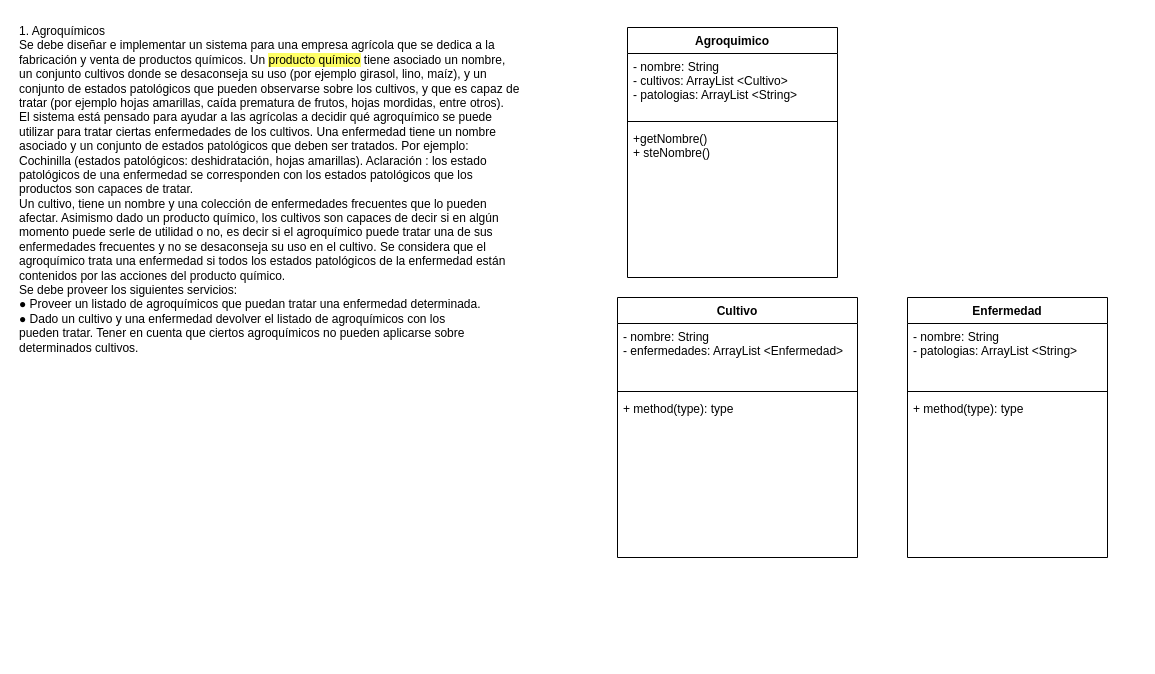
darreceygor/Drawio keeps this draw.io diagram as Prog2(TP7-Ejercicio1).drawio. Above is the earlier version. Source tidied: cells renumbered, new cells numbered last; positions are measured from the earlier drawing's top-left corner, leaving out a move shared by most shapes. Both pictures are drawn from the tidied source at 100%, with x=0, y=0 at pixel (17, 17).
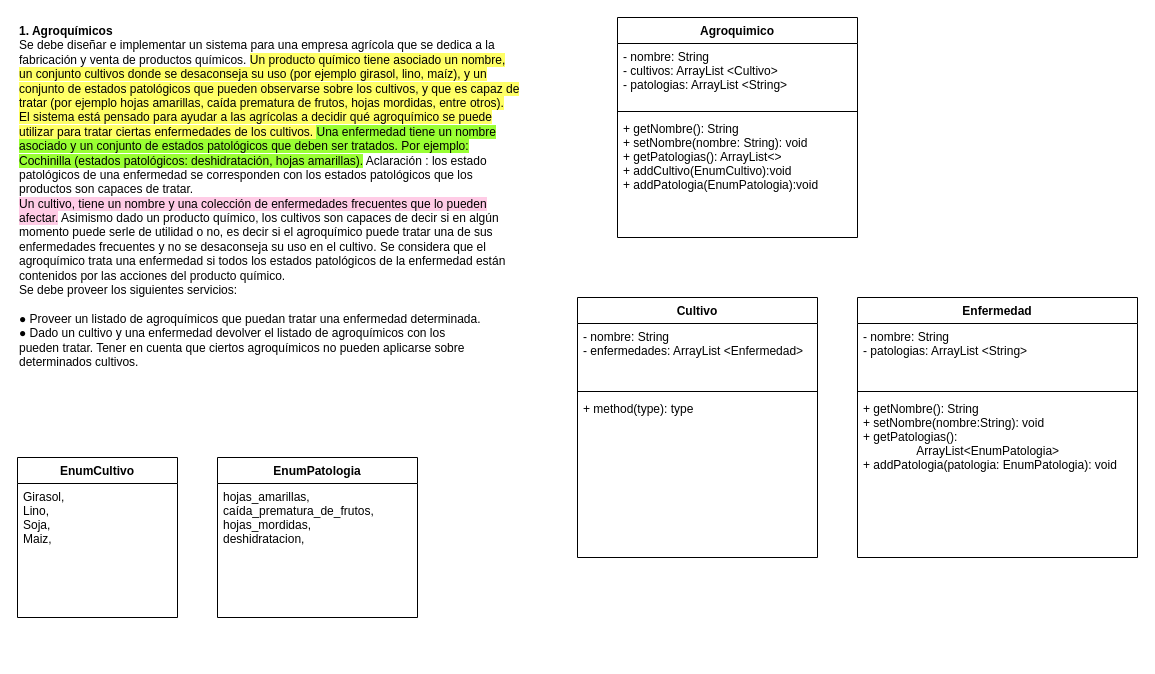
Above is the later version.

Change to the diagram source:
```diff
@@
 <mxGraphModel>
   <root>
     <mxCell id="0" />
     <mxCell id="1" parent="0" />
-    <mxCell id="2" value="1. Agroquímicos&lt;br&gt;Se debe diseñar e implementar un sistema para una empresa agrícola que se dedica a la&lt;br&gt;fabricación y venta de productos químicos. Un &lt;span style=&quot;background-color: rgb(255, 255, 102);&quot;&gt;producto químico&lt;/span&gt; tiene asociado un nombre,&lt;br&gt;un conjunto cultivos donde se desaconseja su uso (por ejemplo girasol, lino, maíz), y un&lt;br&gt;conjunto de estados patológicos que pueden observarse sobre los cultivos, y que es capaz de&lt;br&gt;tratar (por ejemplo hojas amarillas, caída prematura de frutos, hojas mordidas, entre otros).&lt;br&gt;El sistema está pensado para ayudar a las agrícolas a decidir qué agroquímico se puede&lt;br&gt;utilizar para tratar ciertas enfermedades de los cultivos. Una enfermedad tiene un nombre&lt;br&gt;asociado y un conjunto de estados patológicos que deben ser tratados. Por ejemplo:&lt;br&gt;Cochinilla (estados patológicos: deshidratación, hojas amarillas). Aclaración : los estado&lt;br&gt;patológicos de una enfermedad se corresponden con los estados patológicos que los&lt;br&gt;productos son capaces de tratar.&lt;br&gt;Un cultivo, tiene un nombre y una colección de enfermedades frecuentes que lo pueden&lt;br&gt;afectar. Asimismo dado un producto químico, los cultivos son capaces de decir si en algún&lt;br&gt;momento puede serle de utilidad o no, es decir si el agroquímico puede tratar una de sus&lt;br&gt;enfermedades frecuentes y no se desaconseja su uso en el cultivo. Se considera que el&lt;br&gt;agroquímico trata una enfermedad si todos los estados patológicos de la enfermedad están&lt;br&gt;contenidos por las acciones del producto químico.&lt;br&gt;Se debe proveer los siguientes servicios:&lt;br&gt;● Proveer un listado de agroquímicos que puedan tratar una enfermedad determinada.&lt;br&gt;● Dado un cultivo y una enfermedad devolver el listado de agroquímicos con los&lt;br&gt;pueden tratar. Tener en cuenta que ciertos agroquímicos no pueden aplicarse sobre&lt;br&gt;determinados cultivos." style="text;whiteSpace=wrap;html=1;" parent="1" vertex="1">
-      <mxGeometry width="530" height="640" as="geometry" />
+    <mxCell id="2" value="&lt;b&gt;1. Agroquímicos&lt;/b&gt;&lt;br&gt;Se debe diseñar e implementar un sistema para una empresa agrícola que se dedica a la&lt;br&gt;fabricación y venta de productos químicos. &lt;span style=&quot;background-color: rgb(255, 255, 102);&quot;&gt;Un producto químico tiene asociado un nombre,&lt;br&gt;un conjunto cultivos donde se desaconseja su uso (por ejemplo girasol, lino, maíz), y un&lt;br&gt;conjunto de estados patológicos que pueden observarse sobre los cultivos, y que es capaz de&lt;br&gt;tratar (por ejemplo hojas amarillas, caída prematura de frutos, hojas mordidas, entre otros).&lt;br&gt;El sistema está pensado para ayudar a las agrícolas a decidir qué agroquímico se puede&lt;br&gt;utilizar para tratar ciertas enfermedades de los cultivos. &lt;/span&gt;&lt;span style=&quot;background-color: rgb(153, 255, 51);&quot;&gt;Una enfermedad tiene un nombre&lt;br&gt;asociado y un conjunto de estados patológicos que deben ser tratados. Por ejemplo:&lt;br&gt;Cochinilla (estados patológicos: deshidratación, hojas amarillas).&lt;/span&gt; Aclaración : los estado&lt;br&gt;patológicos de una enfermedad se corresponden con los estados patológicos que los&lt;br&gt;productos son capaces de tratar.&lt;br&gt;&lt;span style=&quot;background-color: rgb(255, 204, 230);&quot;&gt;Un cultivo, tiene un nombre y una colección de enfermedades frecuentes que lo pueden&lt;br&gt;afectar.&lt;/span&gt; Asimismo dado un producto químico, los cultivos son capaces de decir si en algún&lt;br&gt;momento puede serle de utilidad o no, es decir si el agroquímico puede tratar una de sus&lt;br&gt;enfermedades frecuentes y no se desaconseja su uso en el cultivo. Se considera que el&lt;br&gt;agroquímico trata una enfermedad si todos los estados patológicos de la enfermedad están&lt;br&gt;contenidos por las acciones del producto químico.&lt;br&gt;Se debe proveer los siguientes servicios:&lt;br&gt;&lt;br&gt;● Proveer un listado de agroquímicos que puedan tratar una enfermedad determinada.&lt;br&gt;● Dado un cultivo y una enfermedad devolver el listado de agroquímicos con los&lt;br&gt;pueden tratar. Tener en cuenta que ciertos agroquímicos no pueden aplicarse sobre&lt;br&gt;determinados cultivos." style="text;whiteSpace=wrap;html=1;" parent="1" vertex="1">
+      <mxGeometry width="530" height="400" as="geometry" />
     </mxCell>
     <mxCell id="3" value="Agroquimico" style="swimlane;fontStyle=1;align=center;verticalAlign=top;horizontal=1;startSize=26;" parent="1" vertex="1">
-      <mxGeometry x="610" y="10" width="210" height="250" as="geometry" />
+      <mxGeometry x="600" width="240" height="220" as="geometry" />
     </mxCell>
     <mxCell id="4" value="- nombre: String&#10;- cultivos: ArrayList &lt;Cultivo&gt;&#10;- patologias: ArrayList &lt;String&gt;&#10;" style="text;strokeColor=none;fillColor=none;align=left;verticalAlign=top;spacingLeft=4;spacingRight=4;overflow=hidden;" parent="3" vertex="1">
-      <mxGeometry y="26" width="210" height="64" as="geometry" />
+      <mxGeometry y="26" width="240" height="64" as="geometry" />
     </mxCell>
     <mxCell id="5" style="line;strokeWidth=1;fillColor=none;align=left;verticalAlign=middle;spacingTop=-1;spacingLeft=3;spacingRight=3;labelPosition=right;strokeColor=inherit;" parent="3" vertex="1">
-      <mxGeometry y="90" width="210" height="8" as="geometry" />
+      <mxGeometry y="90" width="240" height="8" as="geometry" />
     </mxCell>
-    <mxCell id="6" value="+getNombre()&#10;+ steNombre()&#10;" style="text;strokeColor=none;fillColor=none;align=left;verticalAlign=top;spacingLeft=4;spacingRight=4;overflow=hidden;" parent="3" vertex="1">
-      <mxGeometry y="98" width="210" height="152" as="geometry" />
+    <mxCell id="6" value="+ getNombre(): String&#10;+ setNombre(nombre: String): void&#10;+ getPatologias(): ArrayList&lt;&gt;&#10;+ addCultivo(EnumCultivo):void&#10;+ addPatologia(EnumPatologia):void&#10;" style="text;strokeColor=none;fillColor=none;align=left;verticalAlign=top;spacingLeft=4;spacingRight=4;overflow=hidden;" parent="3" vertex="1">
+      <mxGeometry y="98" width="240" height="122" as="geometry" />
     </mxCell>
     <mxCell id="7" value="Enfermedad" style="swimlane;fontStyle=1;align=center;verticalAlign=top;horizontal=1;startSize=26;" parent="1" vertex="1">
-      <mxGeometry x="890" y="280" width="200" height="260" as="geometry" />
+      <mxGeometry x="840" y="280" width="280" height="260" as="geometry" />
     </mxCell>
     <mxCell id="8" value="- nombre: String&#10;- patologias: ArrayList &lt;String&gt;&#10;" style="text;strokeColor=none;fillColor=none;align=left;verticalAlign=top;spacingLeft=4;spacingRight=4;overflow=hidden;" parent="7" vertex="1">
-      <mxGeometry y="26" width="200" height="64" as="geometry" />
+      <mxGeometry y="26" width="280" height="64" as="geometry" />
     </mxCell>
     <mxCell id="9" style="line;strokeWidth=1;fillColor=none;align=left;verticalAlign=middle;spacingTop=-1;spacingLeft=3;spacingRight=3;labelPosition=right;strokeColor=inherit;" parent="7" vertex="1">
-      <mxGeometry y="90" width="200" height="8" as="geometry" />
+      <mxGeometry y="90" width="280" height="8" as="geometry" />
     </mxCell>
-    <mxCell id="10" value="+ method(type): type" style="text;strokeColor=none;fillColor=none;align=left;verticalAlign=top;spacingLeft=4;spacingRight=4;overflow=hidden;" parent="7" vertex="1">
-      <mxGeometry y="98" width="200" height="162" as="geometry" />
+    <mxCell id="10" value="+ getNombre(): String&#10;+ setNombre(nombre:String): void&#10;+ getPatologias(): &#10;                ArrayList&lt;EnumPatologia&gt;&#10;+ addPatologia(patologia: EnumPatologia): void" style="text;strokeColor=none;fillColor=none;align=left;verticalAlign=top;spacingLeft=4;spacingRight=4;overflow=hidden;" parent="7" vertex="1">
+      <mxGeometry y="98" width="280" height="162" as="geometry" />
     </mxCell>
     <mxCell id="11" value="Cultivo" style="swimlane;fontStyle=1;align=center;verticalAlign=top;horizontal=1;startSize=26;" parent="1" vertex="1">
-      <mxGeometry x="600" y="280" width="240" height="260" as="geometry" />
+      <mxGeometry x="560" y="280" width="240" height="260" as="geometry" />
     </mxCell>
     <mxCell id="12" value="- nombre: String&#10;- enfermedades: ArrayList &lt;Enfermedad&gt;&#10;" style="text;strokeColor=none;fillColor=none;align=left;verticalAlign=top;spacingLeft=4;spacingRight=4;overflow=hidden;" parent="11" vertex="1">
       <mxGeometry y="26" width="240" height="64" as="geometry" />
     </mxCell>
     <mxCell id="13" style="line;strokeWidth=1;fillColor=none;align=left;verticalAlign=middle;spacingTop=-1;spacingLeft=3;spacingRight=3;labelPosition=right;strokeColor=inherit;" parent="11" vertex="1">
       <mxGeometry y="90" width="240" height="8" as="geometry" />
     </mxCell>
     <mxCell id="14" value="+ method(type): type" style="text;strokeColor=none;fillColor=none;align=left;verticalAlign=top;spacingLeft=4;spacingRight=4;overflow=hidden;" parent="11" vertex="1">
       <mxGeometry y="98" width="240" height="162" as="geometry" />
     </mxCell>
+    <mxCell id="15" value="EnumCultivo" style="swimlane;fontStyle=1;align=center;verticalAlign=top;horizontal=1;startSize=26;" parent="1" vertex="1">
+      <mxGeometry y="440" width="160" height="160" as="geometry" />
+    </mxCell>
+    <mxCell id="16" value="Girasol,&#10;Lino,&#10;Soja,&#10;Maiz,&#10;" style="text;strokeColor=none;fillColor=none;align=left;verticalAlign=top;spacingLeft=4;spacingRight=4;overflow=hidden;" parent="15" vertex="1">
+      <mxGeometry y="26" width="160" height="134" as="geometry" />
+    </mxCell>
+    <mxCell id="17" value="EnumPatologia" style="swimlane;fontStyle=1;align=center;verticalAlign=top;horizontal=1;startSize=26;" parent="1" vertex="1">
+      <mxGeometry x="200" y="440" width="200" height="160" as="geometry" />
+    </mxCell>
+    <mxCell id="18" value="hojas_amarillas,&#10;caída_prematura_de_frutos,&#10;hojas_mordidas,&#10;deshidratacion," style="text;strokeColor=none;fillColor=none;align=left;verticalAlign=top;spacingLeft=4;spacingRight=4;overflow=hidden;" parent="17" vertex="1">
+      <mxGeometry y="26" width="200" height="134" as="geometry" />
+    </mxCell>
   </root>
 </mxGraphModel>
```
